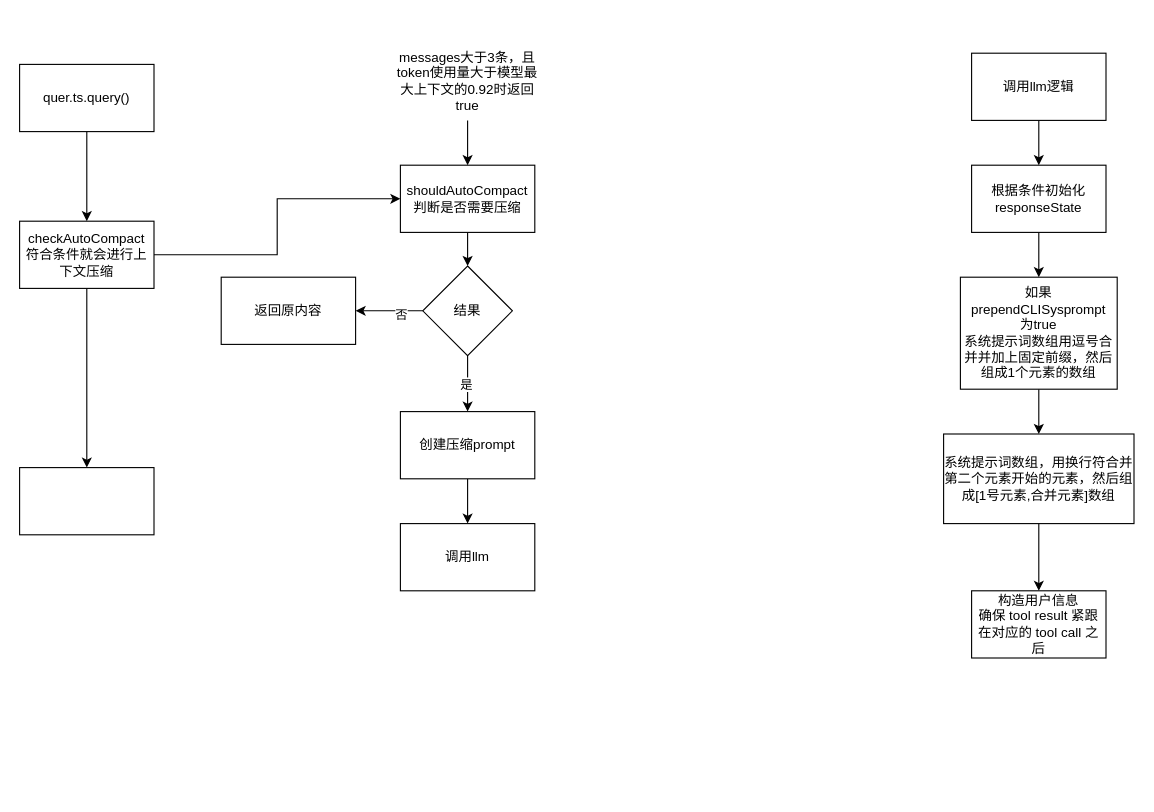
This is 未命名绘图.drawio from jinpengLin/drawioData, a draw.io file, before an edit. Source tidied: cells renumbered, new cells numbered last; positions are measured from the earlier drawing's top-left corner, leaving out a move shared by most shapes. Both pictures are drawn from the tidied source at 112%, with x=0, y=0 at pixel (19, 41).
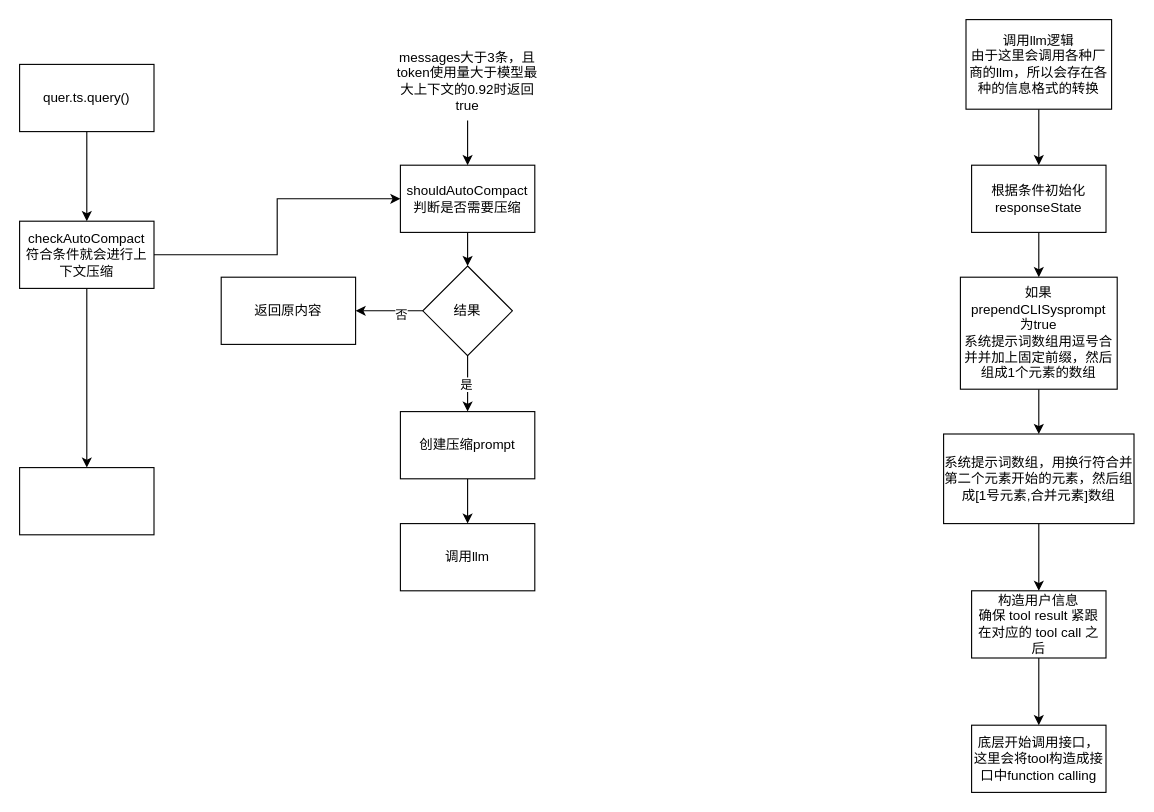
The same page after the edit.

Unchanged cells that the change refers to:
```xml
<mxCell id="29" value="构造用户信息&lt;div&gt;确保 tool result 紧跟在对应的 tool call 之后&lt;/div&gt;" style="whiteSpace=wrap;html=1;rounded=0;" parent="1" vertex="1">
  <mxGeometry x="850" y="490" width="120" height="60" as="geometry" />
</mxCell>
```

Change to the diagram source:
```diff
@@
-    <mxCell id="22" value="调用llm逻辑" style="rounded=0;whiteSpace=wrap;html=1;" parent="1" vertex="1">
-      <mxGeometry x="850" y="10" width="120" height="60" as="geometry" />
+    <mxCell id="22" value="调用llm逻辑&lt;div&gt;由于这里会调用各种厂商的llm，所以会存在各种的信息格式的转换&lt;/div&gt;" style="rounded=0;whiteSpace=wrap;html=1;" parent="1" vertex="1">
+      <mxGeometry x="845" y="-20" width="130" height="80" as="geometry" />
     </mxCell>
@@
+    <mxCell id="30" style="edgeStyle=orthogonalEdgeStyle;rounded=0;jettySize=auto;html=1;" parent="1" edge="1" source="29" target="31">
+      <mxGeometry relative="1" as="geometry" />
+    </mxCell>
@@
+    <mxCell id="31" value="底层开始调用接口，这里会将tool构造成接口中function calling" style="whiteSpace=wrap;html=1;rounded=0;" parent="1" vertex="1">
+      <mxGeometry x="850" y="610" width="120" height="60" as="geometry" />
+    </mxCell>
```
